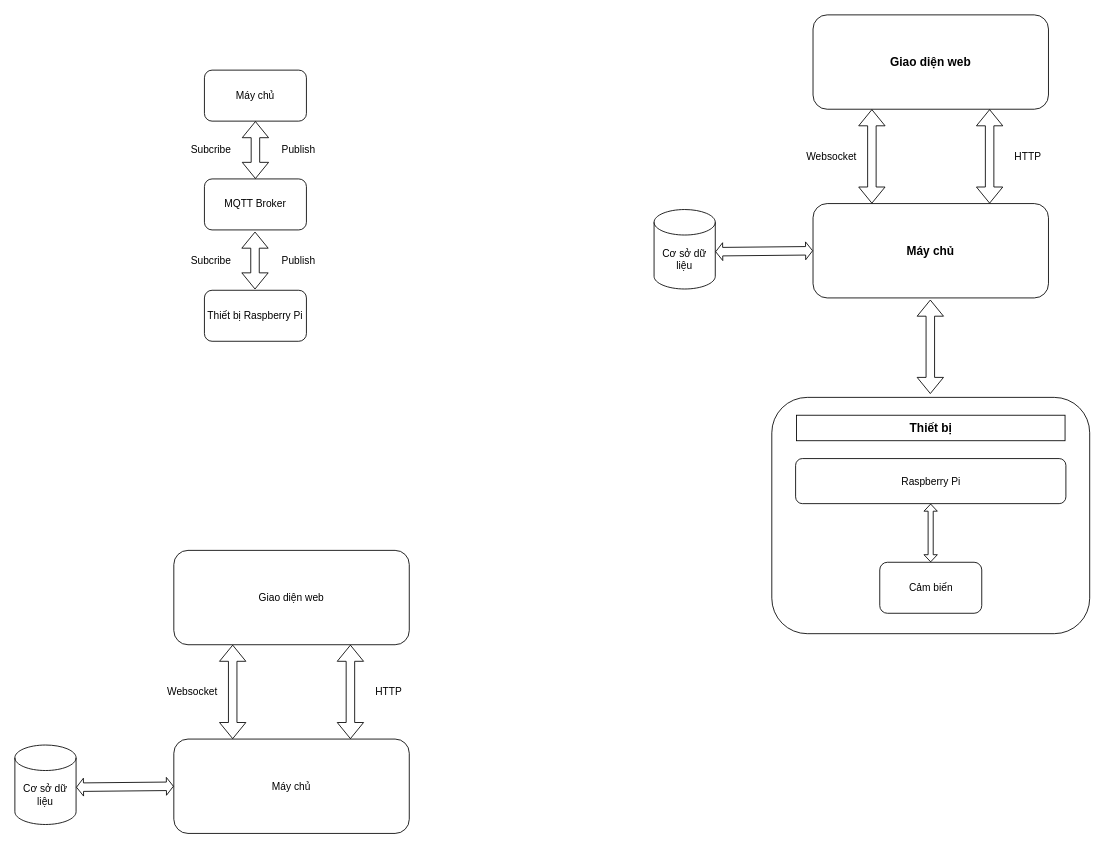
Earlier version of the draw.io diagram Biểu đồ không có tiêu đề.drawio (diemzero1/drawio). Source tidied: cells renumbered, new cells numbered last; positions are measured from the earlier drawing's top-left corner, leaving out a move shared by most shapes. Both pictures are drawn from the tidied source at 85%, with x=0, y=0 at pixel (14, 14).
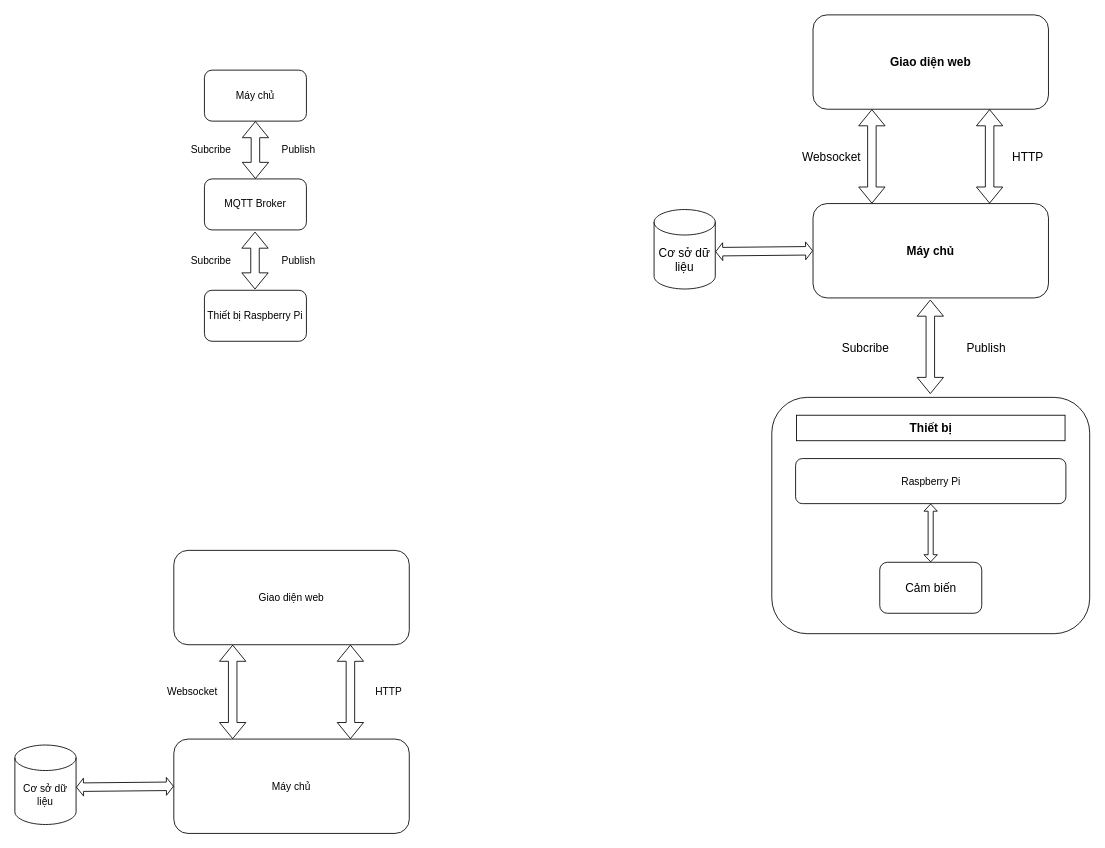
The same page after the edit.

Commit message:
Cập nhật Biểu đồ không có  đề.drawio

Diff of the diagram source:
```diff
@@
-    <mxCell id="23" value="HTTP" style="text;html=1;align=center;verticalAlign=middle;whiteSpace=wrap;rounded=0;" parent="1" vertex="1">
+    <mxCell id="23" value="&lt;font style=&quot;font-size: 14px;&quot;&gt;HTTP&lt;/font&gt;" style="text;html=1;align=center;verticalAlign=middle;whiteSpace=wrap;rounded=0;" parent="1" vertex="1">
       <mxGeometry x="1162" y="152" width="60" height="30" as="geometry" />
     </mxCell>
-    <mxCell id="24" value="Websocket" style="text;html=1;align=center;verticalAlign=middle;whiteSpace=wrap;rounded=0;" parent="1" vertex="1">
+    <mxCell id="24" value="&lt;font style=&quot;font-size: 14px;&quot;&gt;Websocket&lt;/font&gt;" style="text;html=1;align=center;verticalAlign=middle;whiteSpace=wrap;rounded=0;" parent="1" vertex="1">
       <mxGeometry x="931" y="152" width="60" height="30" as="geometry" />
     </mxCell>
-    <mxCell id="25" value="&lt;div style=&quot;&quot;&gt;&lt;span style=&quot;background-color: initial;&quot;&gt;Cơ sở dữ liệu&lt;/span&gt;&lt;/div&gt;" style="shape=cylinder3;whiteSpace=wrap;html=1;boundedLbl=1;backgroundOutline=1;size=15;align=center;" parent="1" vertex="1">
+    <mxCell id="25" value="&lt;div style=&quot;&quot;&gt;&lt;span style=&quot;background-color: initial;&quot;&gt;&lt;font style=&quot;font-size: 14px;&quot;&gt;Cơ sở dữ liệu&lt;/font&gt;&lt;/span&gt;&lt;/div&gt;" style="shape=cylinder3;whiteSpace=wrap;html=1;boundedLbl=1;backgroundOutline=1;size=15;align=center;" parent="1" vertex="1">
       <mxGeometry x="752" y="229" width="72" height="93.5" as="geometry" />
     </mxCell>
@@
-    <mxCell id="32" value="Cảm biến" style="rounded=1;whiteSpace=wrap;html=1;" parent="1" vertex="1">
+    <mxCell id="32" value="&lt;font style=&quot;font-size: 14px;&quot;&gt;Cảm biến&lt;/font&gt;" style="rounded=1;whiteSpace=wrap;html=1;" parent="1" vertex="1">
       <mxGeometry x="1017.5" y="644" width="120" height="60" as="geometry" />
     </mxCell>
+    <mxCell id="33" value="&lt;font style=&quot;font-size: 14px;&quot;&gt;Publish&lt;/font&gt;" style="text;html=1;align=center;verticalAlign=middle;whiteSpace=wrap;rounded=0;" parent="1" vertex="1">
+      <mxGeometry x="1113" y="377" width="60" height="30" as="geometry" />
+    </mxCell>
+    <mxCell id="34" value="&lt;font style=&quot;font-size: 14px;&quot;&gt;Subcribe&lt;/font&gt;" style="text;html=1;align=center;verticalAlign=middle;whiteSpace=wrap;rounded=0;" parent="1" vertex="1">
+      <mxGeometry x="971" y="377" width="60" height="30" as="geometry" />
+    </mxCell>
```
